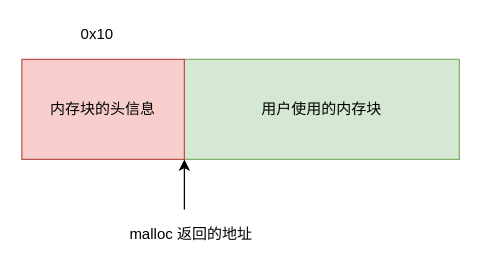
The draw.io diagram 操作系统/free.drawio in xiaolincoder/ImageHost4, before the edit. Source tidied: cells renumbered, new cells numbered last; positions are measured from the earlier drawing's top-left corner, leaving out a move shared by most shapes. Both pictures are drawn from the tidied source at 125%, with x=0, y=0 at pixel (21, 21).
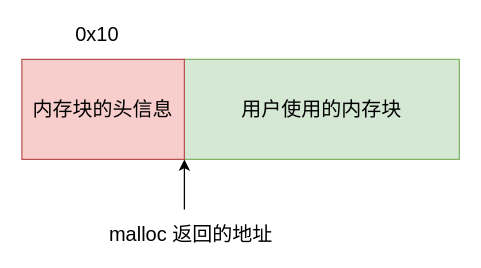
Above is the later version.

The edit, as a diff of the source:
```diff
@@
 <mxGraphModel>
   <root>
     <mxCell id="0" />
     <mxCell id="1" parent="0" />
-    <mxCell id="2" value="用户使用的内存块" style="rounded=0;whiteSpace=wrap;html=1;fillColor=#d5e8d4;strokeColor=#82b366;" parent="1" vertex="1">
+    <mxCell id="2" value="用户使用的内存块" style="rounded=0;whiteSpace=wrap;html=1;fillColor=#d5e8d4;strokeColor=#82b366;fontSize=16;" parent="1" vertex="1">
       <mxGeometry x="130" y="30" width="220" height="80" as="geometry" />
     </mxCell>
-    <mxCell id="3" value="内存块的头信息" style="rounded=0;whiteSpace=wrap;html=1;fillColor=#f8cecc;strokeColor=#b85450;" parent="1" vertex="1">
+    <mxCell id="3" value="内存块的头信息" style="rounded=0;whiteSpace=wrap;html=1;fillColor=#f8cecc;strokeColor=#b85450;fontSize=16;" parent="1" vertex="1">
       <mxGeometry y="30" width="130" height="80" as="geometry" />
     </mxCell>
-    <mxCell id="4" style="endArrow=classic;html=1;rounded=0;entryX=1;entryY=1;entryDx=0;entryDy=0;" parent="1" edge="1" target="3">
+    <mxCell id="4" style="endArrow=classic;html=1;rounded=0;entryX=1;entryY=1;entryDx=0;entryDy=0;fontSize=16;" parent="1" edge="1" target="3">
       <mxGeometry relative="1" as="geometry">
         <mxPoint x="130" y="150" as="sourcePoint" />
       </mxGeometry>
     </mxCell>
-    <mxCell id="5" value="malloc 返回的地址" style="text;html=1;align=center;verticalAlign=middle;strokeColor=none;fillColor=none;" parent="1" vertex="1">
-      <mxGeometry x="80" y="160" width="110" height="20" as="geometry" />
+    <mxCell id="5" value="malloc 返回的地址" style="text;html=1;align=center;verticalAlign=middle;strokeColor=none;fillColor=none;fontSize=16;" parent="1" vertex="1">
+      <mxGeometry x="60" y="160" width="150" height="20" as="geometry" />
     </mxCell>
-    <mxCell id="6" value="0x10" style="text;html=1;align=center;verticalAlign=middle;strokeColor=none;fillColor=none;" parent="1" vertex="1">
-      <mxGeometry x="40" width="40" height="20" as="geometry" />
+    <mxCell id="6" value="0x10" style="text;html=1;align=center;verticalAlign=middle;strokeColor=none;fillColor=none;fontSize=16;" parent="1" vertex="1">
+      <mxGeometry x="35" width="50" height="20" as="geometry" />
     </mxCell>
   </root>
 </mxGraphModel>
```
